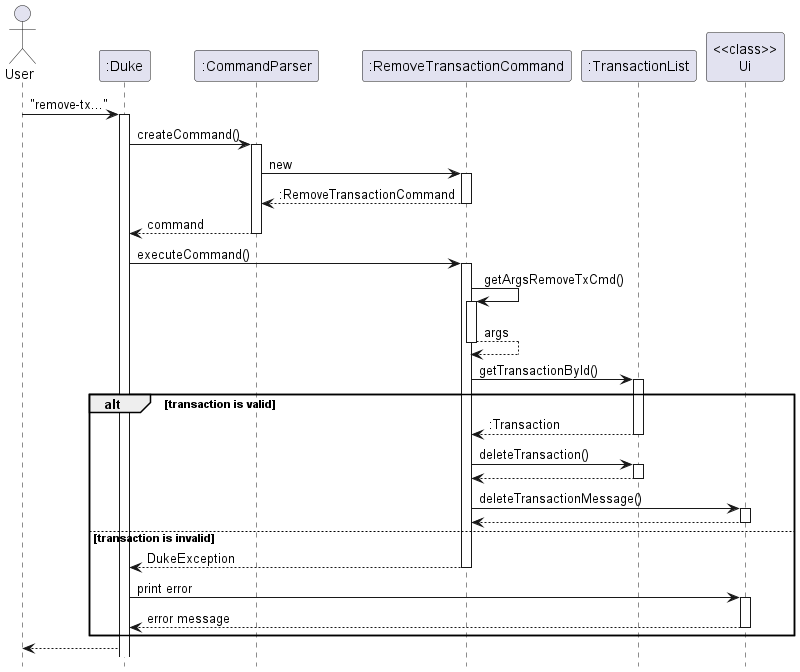
Above: docs/images/RemoveTransactionSequence.png in nus-cs2113-AY2223S1/tp (PlantUML), before the change. Its source is kept beside it as docs/diagrams/transaction/RemoveTransactionSequence.puml.
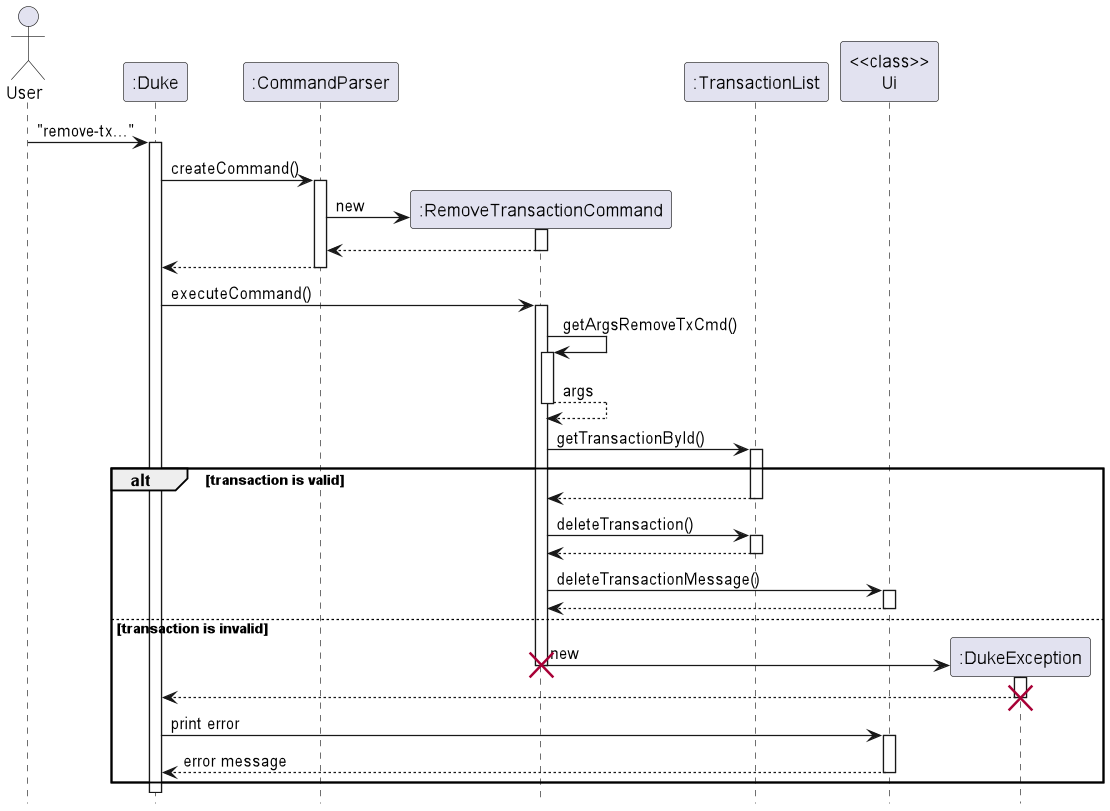
The same diagram one commit later.

Change to the diagram source:
```diff
@@ -6,10 +6,10 @@
 activate ":Duke"
 ":Duke" -> ":CommandParser": createCommand()
 activate ":CommandParser"
-":CommandParser" -> ":RemoveTransactionCommand": new
+":CommandParser" -> ":RemoveTransactionCommand"**: new
 activate ":RemoveTransactionCommand"
-return :RemoveTransactionCommand
-":CommandParser" --> ":Duke": command
+return
+":CommandParser" --> ":Duke":
 deactivate
 
 ":Duke" -> ":RemoveTransactionCommand" : executeCommand()
@@ -20,7 +20,7 @@
     ":RemoveTransactionCommand" -> ":TransactionList": getTransactionById()
     activate ":TransactionList"
 alt transaction is valid
-    ":TransactionList" --> ":RemoveTransactionCommand": :Transaction
+    ":TransactionList" --> ":RemoveTransactionCommand"
     deactivate ":TransactionList"
     ":RemoveTransactionCommand" -> ":TransactionList": deleteTransaction()
     activate ":TransactionList"
@@ -31,13 +31,16 @@
     deactivate "<<class>>\nUi"
     deactivate ":TransactionList"
 else transaction is invalid
-    ":RemoveTransactionCommand" --> ":Duke" : DukeException
-    deactivate ":RemoveTransactionCommand"
+    ":RemoveTransactionCommand" -> ":DukeException"** : new
+    destroy ":RemoveTransactionCommand"
+    activate ":DukeException"
+    ":DukeException" --> ":Duke"
+    destroy ":DukeException"
     ":Duke" -> "<<class>>\nUi" : print error
     activate "<<class>>\nUi"
     "<<class>>\nUi" --> ":Duke" : error message
     deactivate "<<class>>\nUi"
 end
 deactivate ":RemoveTransactionCommand"
-":Duke" --> "User"
+
 @enduml
```
